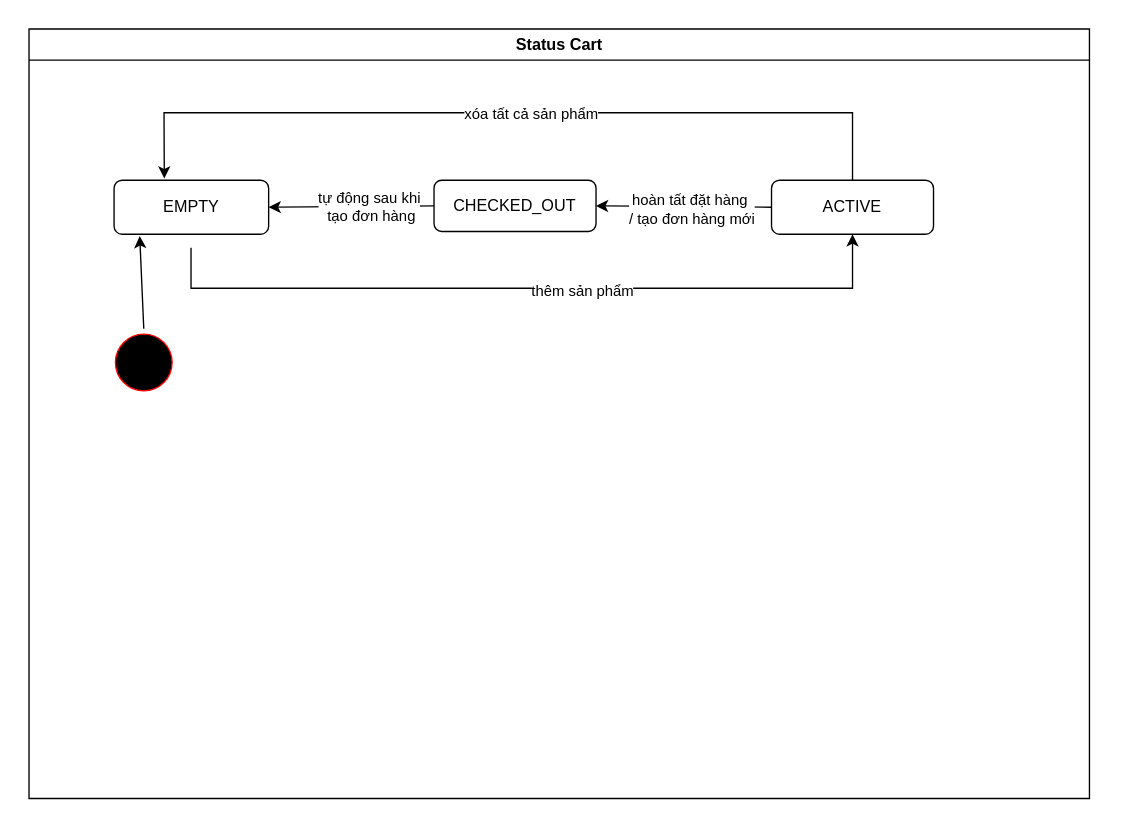
XuanThanh-18/rice-store keeps this draw.io diagram as Statud Cart.drawio. Above is the earlier version. Source tidied: cells renumbered, new cells numbered last; positions are measured from the earlier drawing's top-left corner, leaving out a move shared by most shapes. Both pictures are drawn from the tidied source at 135%, with x=0, y=0 at pixel (28, 28).
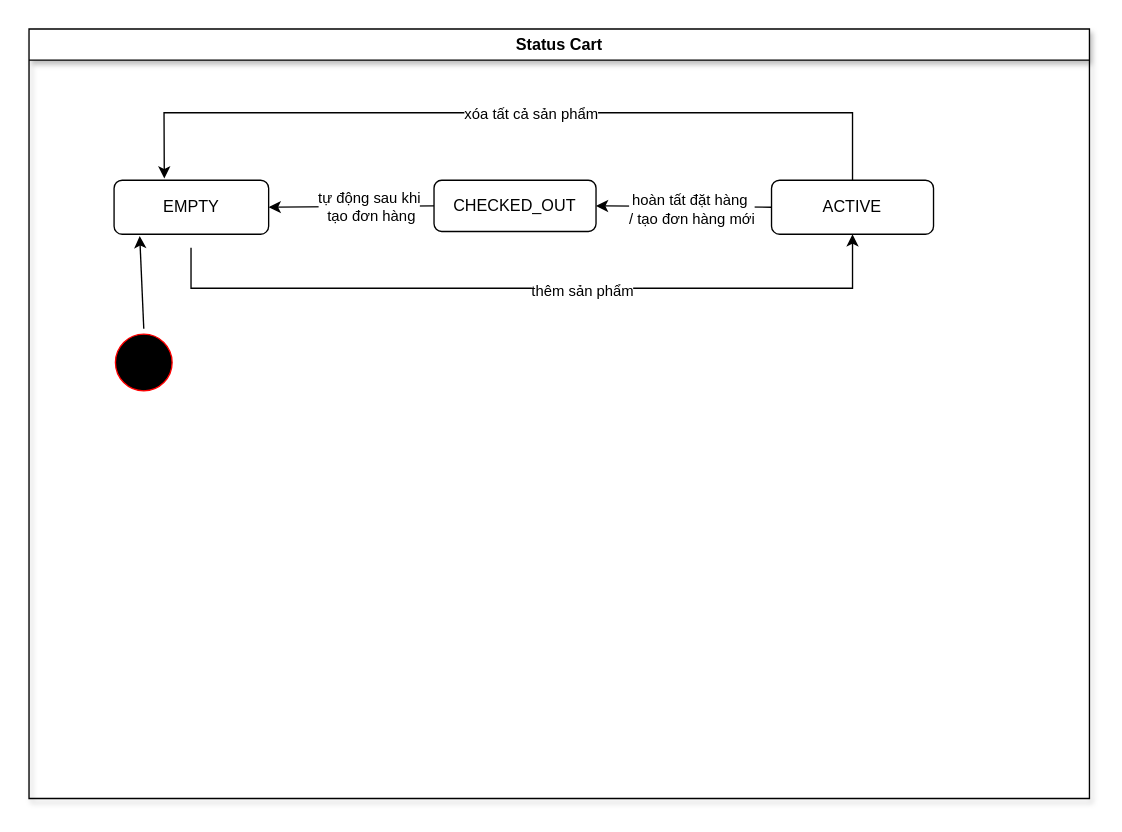
After the change.

What changed in the source:
```diff
@@
 <mxGraphModel>
   <root>
     <mxCell id="0" />
     <mxCell id="1" parent="0" />
-    <mxCell id="2" value="Status Cart" style="swimlane;whiteSpace=wrap;" parent="1" vertex="1">
+    <mxCell id="2" value="Status Cart" style="swimlane;whiteSpace=wrap;shadow=1;" parent="1" vertex="1">
       <mxGeometry width="785.5" height="570" as="geometry" />
     </mxCell>
     <mxCell id="3" style="ellipse;shape=startState;fillColor=#000000;strokeColor=#ff0000;" parent="2" vertex="1">
       <mxGeometry x="60" y="222" width="50" height="50" as="geometry" />
     </mxCell>
     <mxCell id="4" value="EMPTY" style="rounded=1;whiteSpace=wrap;html=1;" parent="2" vertex="1">
       <mxGeometry x="63" y="112" width="114.5" height="40" as="geometry" />
     </mxCell>
     <mxCell id="5" style="endArrow=classic;html=1;rounded=0;exitX=0.5;exitY=0;exitDx=0;exitDy=0;entryX=0.166;entryY=1.034;entryDx=0;entryDy=0;entryPerimeter=0;" parent="2" edge="1" source="3" target="4">
       <mxGeometry relative="1" as="geometry" />
     </mxCell>
     <mxCell id="6" value="ACTIVE" style="rounded=1;whiteSpace=wrap;html=1;" parent="2" vertex="1">
       <mxGeometry x="550" y="112" width="120" height="40" as="geometry" />
     </mxCell>
     <mxCell id="7" style="endArrow=classic;html=1;rounded=0;entryX=0.5;entryY=1;entryDx=0;entryDy=0;" parent="2" edge="1" target="6">
       <mxGeometry relative="1" as="geometry">
         <mxPoint x="120" y="162" as="sourcePoint" />
         <Array as="points">
           <mxPoint x="120" y="192" />
           <mxPoint x="610" y="192" />
         </Array>
       </mxGeometry>
     </mxCell>
     <mxCell id="8" value="thêm sản phẩm" style="edgeLabel;html=1;align=center;verticalAlign=middle;" parent="7" vertex="1">
       <mxGeometry x="0.14" y="-1" relative="1" as="geometry" />
     </mxCell>
     <mxCell id="9" style="endArrow=classic;html=1;rounded=0;exitX=0.5;exitY=0;exitDx=0;exitDy=0;entryX=0.325;entryY=-0.034;entryDx=0;entryDy=0;entryPerimeter=0;" parent="2" edge="1" source="6" target="4">
       <mxGeometry relative="1" as="geometry">
         <Array as="points">
           <mxPoint x="610" y="62" />
           <mxPoint x="100" y="62" />
         </Array>
       </mxGeometry>
     </mxCell>
     <mxCell id="10" value="xóa tất cả sản phẩm" style="edgeLabel;html=1;align=center;verticalAlign=middle;" parent="9" vertex="1">
       <mxGeometry x="-0.05" relative="1" as="geometry" />
     </mxCell>
     <mxCell id="11" value="CHECKED_OUT" style="rounded=1;whiteSpace=wrap;html=1;" parent="2" vertex="1">
       <mxGeometry x="300" y="112" width="120" height="38" as="geometry" />
     </mxCell>
     <mxCell id="12" style="endArrow=classic;html=1;rounded=0;entryX=1;entryY=0.5;entryDx=0;entryDy=0;exitX=0;exitY=0.5;exitDx=0;exitDy=0;" parent="2" edge="1" source="6" target="11">
       <mxGeometry relative="1" as="geometry" />
     </mxCell>
     <mxCell id="13" value="hoàn tất đặt hàng&amp;nbsp;&lt;div&gt;/ tạo đơn hàng mới&lt;/div&gt;" style="edgeLabel;html=1;align=center;verticalAlign=middle;" parent="12" vertex="1">
       <mxGeometry x="-0.09" y="2" relative="1" as="geometry" />
     </mxCell>
     <mxCell id="14" style="endArrow=classic;html=1;rounded=0;entryX=1;entryY=0.5;entryDx=0;entryDy=0;exitX=0;exitY=0.5;exitDx=0;exitDy=0;" parent="2" edge="1" source="11" target="4">
       <mxGeometry relative="1" as="geometry" />
     </mxCell>
     <mxCell id="15" value="tự động sau khi&lt;div&gt;&amp;nbsp;tạo đơn hàng&lt;/div&gt;" style="edgeLabel;html=1;align=center;verticalAlign=middle;" parent="14" vertex="1">
       <mxGeometry x="-0.2" relative="1" as="geometry" />
     </mxCell>
   </root>
 </mxGraphModel>
```
